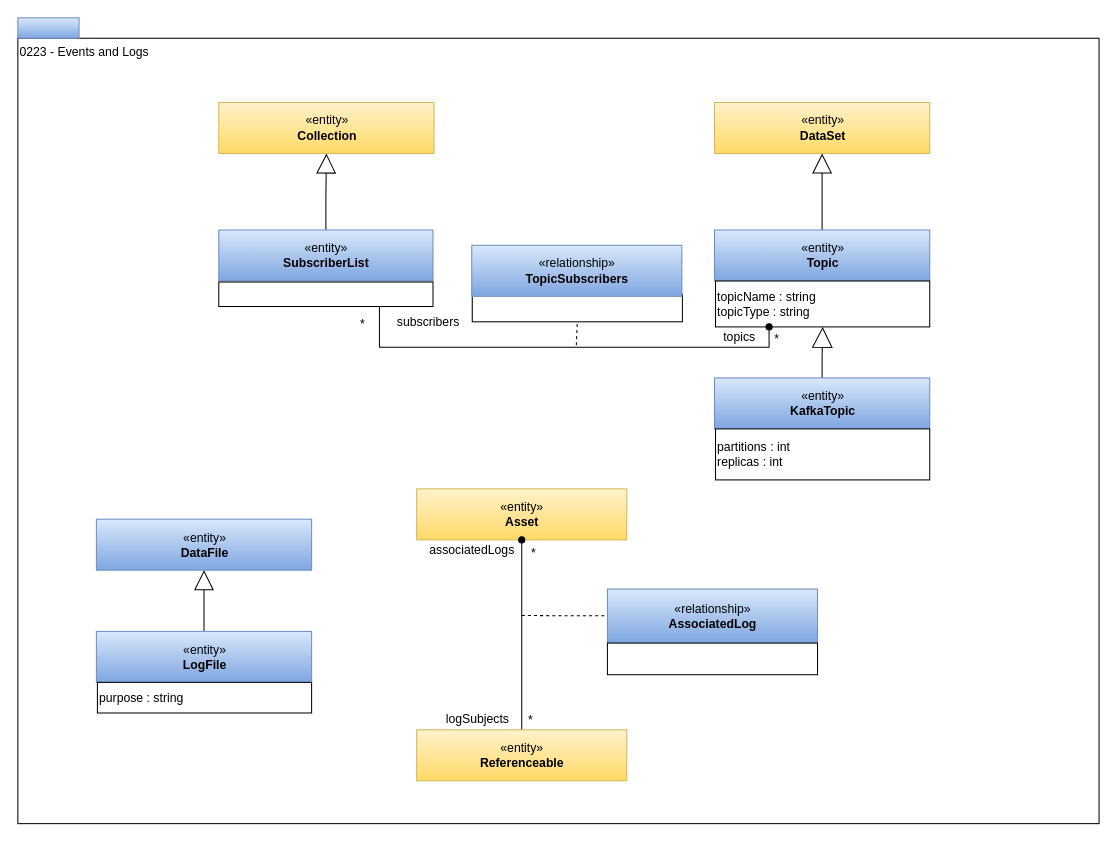
This is page "0223-Events-and-Logs" (12 of 24) of site/docs/types/2/area-2-assets.drawio from odpi/egeria-docs, a draw.io file, before an edit. Source tidied: cells renumbered, new cells numbered last; positions are measured from the earlier drawing's top-left corner, leaving out a move shared by most shapes. Both pictures are drawn from the tidied source at 102%, with x=0, y=0 at pixel (17, 17).
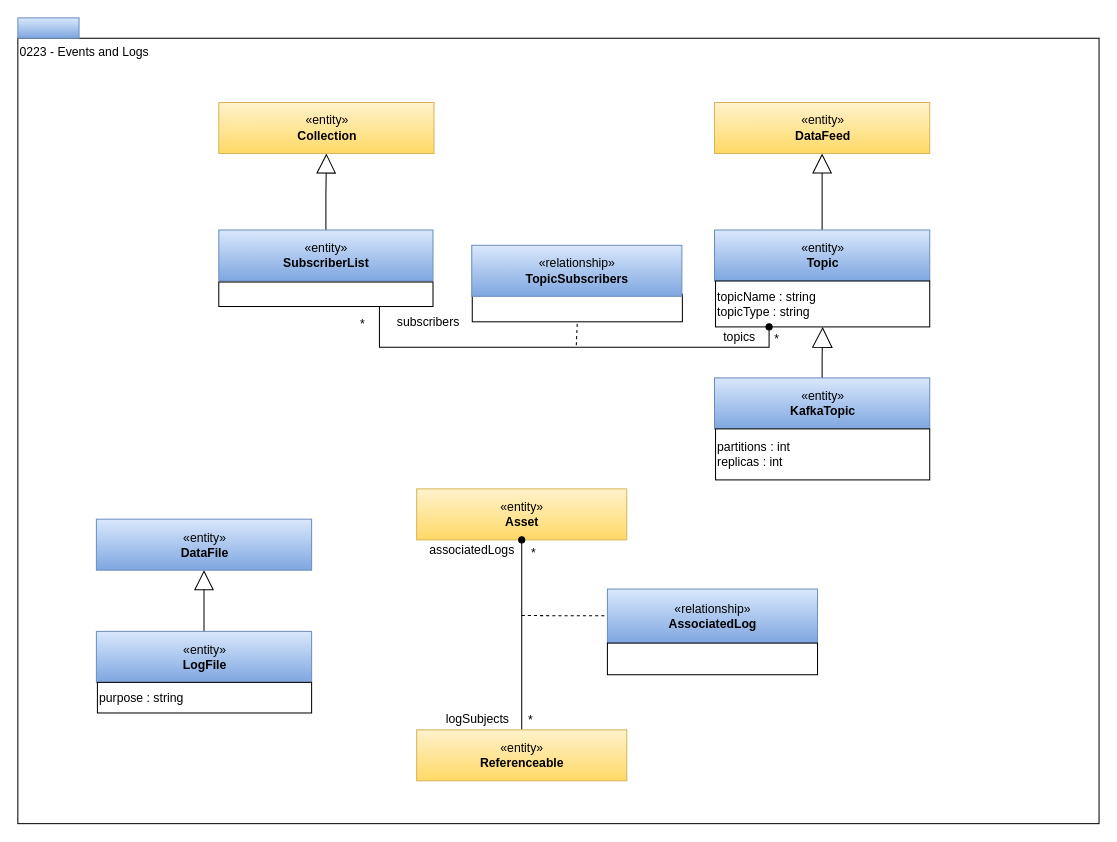
Above is the later version.

What changed in the source:
```diff
@@
-    <mxCell id="11" value="«entity»&lt;br&gt;&lt;b&gt;DataSet&lt;/b&gt;" style="html=1;strokeColor=#d6b656;align=center;fillColor=#fff2cc;gradientColor=#ffd966;" parent="1" vertex="1">
+    <mxCell id="11" value="«entity»&lt;br&gt;&lt;b&gt;DataFeed&lt;/b&gt;" style="html=1;strokeColor=#d6b656;align=center;fillColor=#fff2cc;gradientColor=#ffd966;" parent="1" vertex="1">
       <mxGeometry x="683" y="83" width="211" height="50" as="geometry" />
     </mxCell>
```
